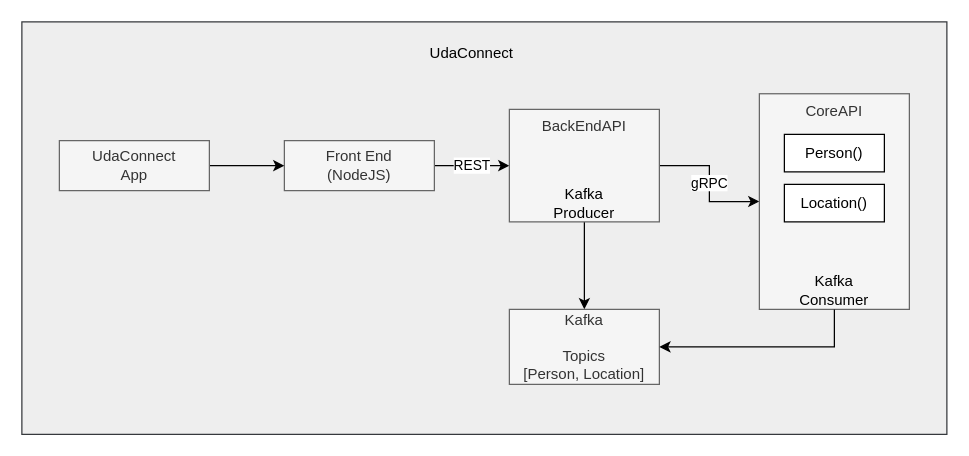
Before: page "Architecture-Design" (1 of 2) of UdaConnect.drawio in rogersacchelli/nd064-c2-message-passing-projects-starter, a draw.io diagram. Source tidied: cells renumbered, new cells numbered last; positions are measured from the earlier drawing's top-left corner, leaving out a move shared by most shapes. Both pictures are drawn from the tidied source at 125%, with x=0, y=0 at pixel (21, 21).
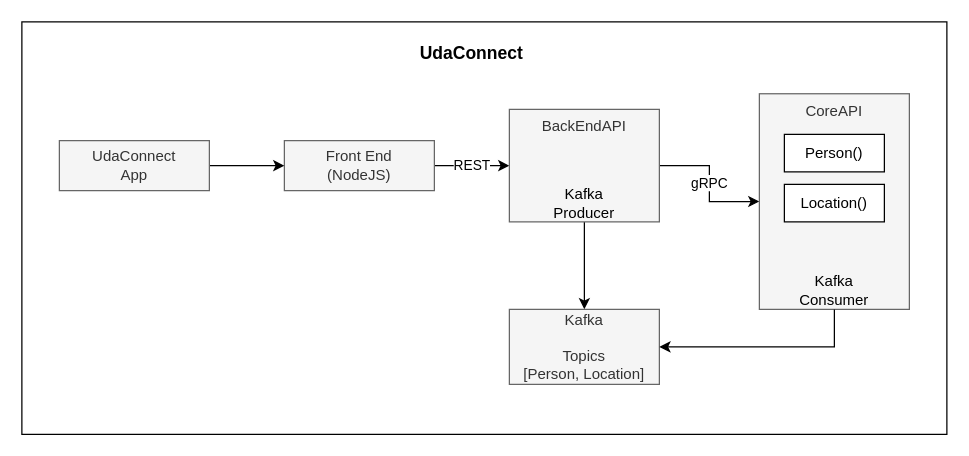
Above is the later version.

What changed in the source:
```diff
@@
 <mxGraphModel>
   <root>
     <mxCell id="0" />
     <mxCell id="1" parent="0" />
-    <mxCell id="2" style="rounded=0;whiteSpace=wrap;html=1;glass=0;shadow=0;fillColor=#eeeeee;strokeColor=#36393d;" parent="1" vertex="1">
+    <mxCell id="2" style="rounded=0;whiteSpace=wrap;html=1;glass=0;shadow=0;" parent="1" vertex="1">
       <mxGeometry width="740" height="330" as="geometry" />
     </mxCell>
     <mxCell id="3" value="REST" style="edgeStyle=orthogonalEdgeStyle;rounded=0;jettySize=auto;html=1;exitX=1;exitY=0.5;exitDx=0;exitDy=0;entryX=0;entryY=0.5;entryDx=0;entryDy=0;" parent="1" edge="1" source="4" target="9">
       <mxGeometry relative="1" as="geometry" />
     </mxCell>
     <mxCell id="4" value="Front End&lt;br&gt;(NodeJS)" style="rounded=0;whiteSpace=wrap;html=1;fillColor=#f5f5f5;strokeColor=#666666;fontColor=#333333;" parent="1" vertex="1">
       <mxGeometry x="210" y="95" width="120" height="40" as="geometry" />
     </mxCell>
     <mxCell id="5" style="edgeStyle=orthogonalEdgeStyle;rounded=0;jettySize=auto;html=1;exitX=1;exitY=0.5;exitDx=0;exitDy=0;" parent="1" edge="1" source="6" target="4">
       <mxGeometry relative="1" as="geometry" />
     </mxCell>
     <mxCell id="6" value="UdaConnect&lt;br&gt;App" style="rounded=0;whiteSpace=wrap;html=1;fillColor=#f5f5f5;strokeColor=#666666;fontColor=#333333;" parent="1" vertex="1">
       <mxGeometry x="30" y="95" width="120" height="40" as="geometry" />
     </mxCell>
     <mxCell id="7" style="edgeStyle=orthogonalEdgeStyle;rounded=0;jettySize=auto;html=1;" parent="1" edge="1" source="9" target="10">
       <mxGeometry relative="1" as="geometry" />
     </mxCell>
     <mxCell id="8" value="gRPC" style="edgeStyle=orthogonalEdgeStyle;rounded=0;jettySize=auto;html=1;exitX=1;exitY=0.5;exitDx=0;exitDy=0;entryX=0;entryY=0.5;entryDx=0;entryDy=0;" parent="1" edge="1" source="9" target="11">
       <mxGeometry relative="1" as="geometry" />
     </mxCell>
     <mxCell id="9" value="BackEndAPI" style="rounded=0;whiteSpace=wrap;html=1;fillColor=#f5f5f5;strokeColor=#666666;fontColor=#333333;verticalAlign=top;" parent="1" vertex="1">
       <mxGeometry x="390" y="70" width="120" height="90" as="geometry" />
     </mxCell>
     <mxCell id="10" value="Kafka&lt;br&gt;&lt;br&gt;Topics &lt;br&gt;[Person, Location]" style="whiteSpace=wrap;html=1;fillColor=#f5f5f5;strokeColor=#666666;fontColor=#333333;rounded=0;" parent="1" vertex="1">
       <mxGeometry x="390" y="230" width="120" height="60" as="geometry" />
     </mxCell>
     <mxCell id="11" value="CoreAPI" style="whiteSpace=wrap;html=1;fillColor=#f5f5f5;strokeColor=#666666;fontColor=#333333;rounded=0;verticalAlign=top;horizontal=1;labelBackgroundColor=none;" parent="1" vertex="1">
       <mxGeometry x="590" y="57.5" width="120" height="172.5" as="geometry" />
     </mxCell>
     <mxCell id="12" value="Kafka Producer" style="text;html=1;strokeColor=none;fillColor=none;align=center;verticalAlign=middle;whiteSpace=wrap;rounded=0;" parent="1" vertex="1">
       <mxGeometry x="420" y="130" width="60" height="30" as="geometry" />
     </mxCell>
     <mxCell id="13" style="edgeStyle=orthogonalEdgeStyle;rounded=0;jettySize=auto;html=1;exitX=0.5;exitY=1;exitDx=0;exitDy=0;entryX=1;entryY=0.5;entryDx=0;entryDy=0;" parent="1" edge="1" source="14" target="10">
       <mxGeometry relative="1" as="geometry" />
     </mxCell>
     <mxCell id="14" value="Kafka Consumer" style="text;html=1;strokeColor=none;fillColor=none;align=center;verticalAlign=middle;whiteSpace=wrap;rounded=0;" parent="1" vertex="1">
       <mxGeometry x="620" y="200" width="60" height="30" as="geometry" />
     </mxCell>
-    <mxCell id="15" value="UdaConnect" style="text;html=1;strokeColor=none;fillColor=none;align=center;verticalAlign=middle;whiteSpace=wrap;rounded=0;" parent="1" vertex="1">
+    <mxCell id="15" value="UdaConnect" style="text;html=1;strokeColor=none;fillColor=none;align=center;verticalAlign=middle;whiteSpace=wrap;rounded=0;fontStyle=1;fontSize=14;" parent="1" vertex="1">
       <mxGeometry x="320" y="10" width="80" height="30" as="geometry" />
     </mxCell>
     <mxCell id="16" value="Person()" style="whiteSpace=wrap;html=1;" parent="1" vertex="1">
       <mxGeometry x="610" y="90" width="80" height="30" as="geometry" />
     </mxCell>
     <mxCell id="17" value="Location()" style="whiteSpace=wrap;html=1;" parent="1" vertex="1">
       <mxGeometry x="610" y="130" width="80" height="30" as="geometry" />
     </mxCell>
   </root>
 </mxGraphModel>
```
